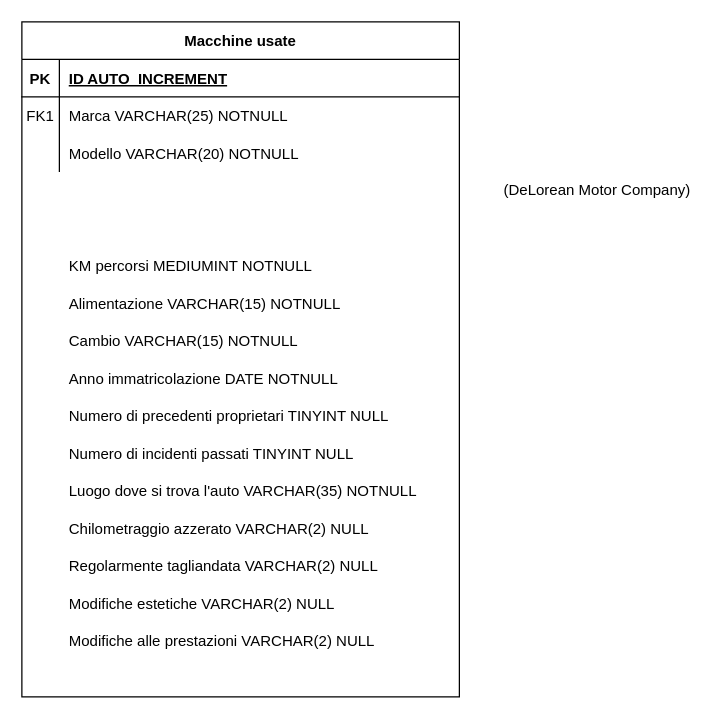
The draw.io diagram Macchine usate.drawio in alessandro-barate/db-first, before the edit. Source tidied: cells renumbered, new cells numbered last; positions are measured from the earlier drawing's top-left corner, leaving out a move shared by most shapes. Both pictures are drawn from the tidied source at 125%, with x=0, y=0 at pixel (21, 21).
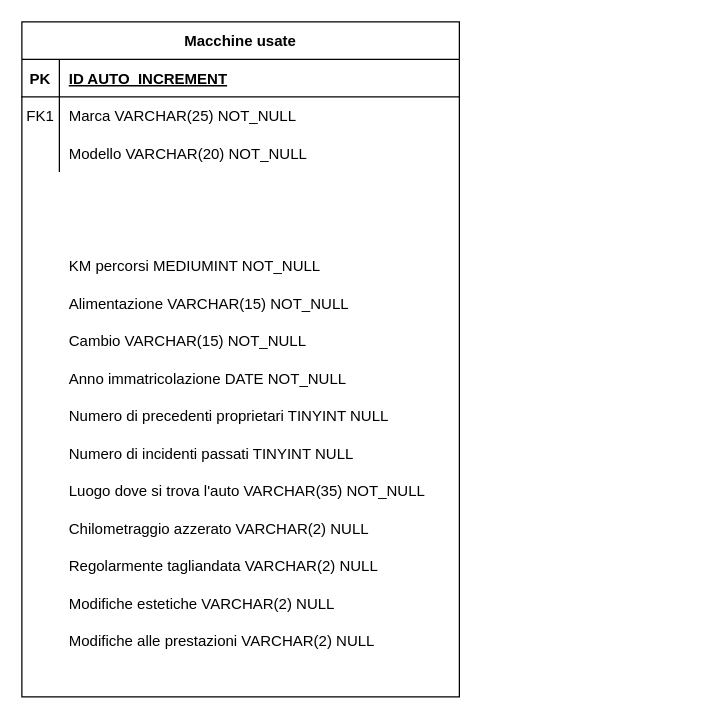
The same diagram, later.

Unchanged cells that the change refers to:
```xml
<mxCell id="6" style="shape=partialRectangle;fillColor=none;top=0;left=0;right=0;bottom=0;" parent="2" vertex="1">
  <mxGeometry y="60" width="350" height="30" as="geometry" />
</mxCell>
<mxCell id="9" style="shape=partialRectangle;fillColor=none;top=0;left=0;right=0;bottom=0;" parent="2" vertex="1">
  <mxGeometry y="90" width="350" height="30" as="geometry" />
</mxCell>
```

Diff of the diagram source:
```diff
@@
-    <mxCell id="8" value="Marca VARCHAR(25) NOTNULL" style="shape=partialRectangle;overflow=hidden;fillColor=none;top=0;left=0;bottom=0;right=0;align=left;spacingLeft=6;" parent="6" vertex="1">
+    <mxCell id="8" value="Marca VARCHAR(25) NOT_NULL" style="shape=partialRectangle;overflow=hidden;fillColor=none;top=0;left=0;bottom=0;right=0;align=left;spacingLeft=6;" parent="6" vertex="1">
       <mxGeometry x="30" width="320" height="30" as="geometry" />
     </mxCell>
@@
-    <mxCell id="11" value="Modello VARCHAR(20) NOTNULL" style="shape=partialRectangle;overflow=hidden;fillColor=none;top=0;left=0;bottom=0;right=0;align=left;spacingLeft=6;" parent="9" vertex="1">
+    <mxCell id="11" value="Modello VARCHAR(20) NOT_NULL" style="shape=partialRectangle;overflow=hidden;fillColor=none;top=0;left=0;bottom=0;right=0;align=left;spacingLeft=6;" parent="9" vertex="1">
       <mxGeometry x="30" width="320" height="30" as="geometry" />
     </mxCell>
-    <mxCell id="12" value="KM percorsi MEDIUMINT NOTNULL" style="shape=partialRectangle;overflow=hidden;fillColor=none;top=0;left=0;bottom=0;right=0;align=left;spacingLeft=6;" parent="1" vertex="1">
+    <mxCell id="12" value="KM percorsi MEDIUMINT NOT_NULL" style="shape=partialRectangle;overflow=hidden;fillColor=none;top=0;left=0;bottom=0;right=0;align=left;spacingLeft=6;" parent="1" vertex="1">
       <mxGeometry x="30" y="180" width="320" height="30" as="geometry" />
     </mxCell>
-    <mxCell id="13" value="Alimentazione VARCHAR(15) NOTNULL" style="shape=partialRectangle;overflow=hidden;fillColor=none;top=0;left=0;bottom=0;right=0;align=left;spacingLeft=6;" parent="1" vertex="1">
+    <mxCell id="13" value="Alimentazione VARCHAR(15) NOT_NULL" style="shape=partialRectangle;overflow=hidden;fillColor=none;top=0;left=0;bottom=0;right=0;align=left;spacingLeft=6;" parent="1" vertex="1">
       <mxGeometry x="30" y="210" width="320" height="30" as="geometry" />
     </mxCell>
-    <mxCell id="14" value="Cambio VARCHAR(15) NOTNULL" style="shape=partialRectangle;overflow=hidden;fillColor=none;top=0;left=0;bottom=0;right=0;align=left;spacingLeft=6;" parent="1" vertex="1">
+    <mxCell id="14" value="Cambio VARCHAR(15) NOT_NULL" style="shape=partialRectangle;overflow=hidden;fillColor=none;top=0;left=0;bottom=0;right=0;align=left;spacingLeft=6;" parent="1" vertex="1">
       <mxGeometry x="30" y="240" width="320" height="30" as="geometry" />
     </mxCell>
-    <mxCell id="15" value="Anno immatricolazione DATE NOTNULL" style="shape=partialRectangle;overflow=hidden;fillColor=none;top=0;left=0;bottom=0;right=0;align=left;spacingLeft=6;" parent="1" vertex="1">
+    <mxCell id="15" value="Anno immatricolazione DATE NOT_NULL" style="shape=partialRectangle;overflow=hidden;fillColor=none;top=0;left=0;bottom=0;right=0;align=left;spacingLeft=6;" parent="1" vertex="1">
       <mxGeometry x="30" y="270" width="320" height="30" as="geometry" />
     </mxCell>
@@
-    <mxCell id="18" value="(DeLorean Motor Company)" style="text;html=1;align=center;verticalAlign=middle;strokeColor=none;fillColor=none;" parent="1" vertex="1">
-      <mxGeometry x="375" y="120" width="170" height="30" as="geometry" />
-    </mxCell>
-    <mxCell id="19" value="Luogo dove si trova l'auto VARCHAR(35) NOTNULL" style="shape=partialRectangle;overflow=hidden;fillColor=none;top=0;left=0;bottom=0;right=0;align=left;spacingLeft=6;" parent="1" vertex="1">
+    <mxCell id="19" value="Luogo dove si trova l'auto VARCHAR(35) NOT_NULL" style="shape=partialRectangle;overflow=hidden;fillColor=none;top=0;left=0;bottom=0;right=0;align=left;spacingLeft=6;" parent="1" vertex="1">
       <mxGeometry x="30" y="360" width="320" height="30" as="geometry" />
     </mxCell>
```
